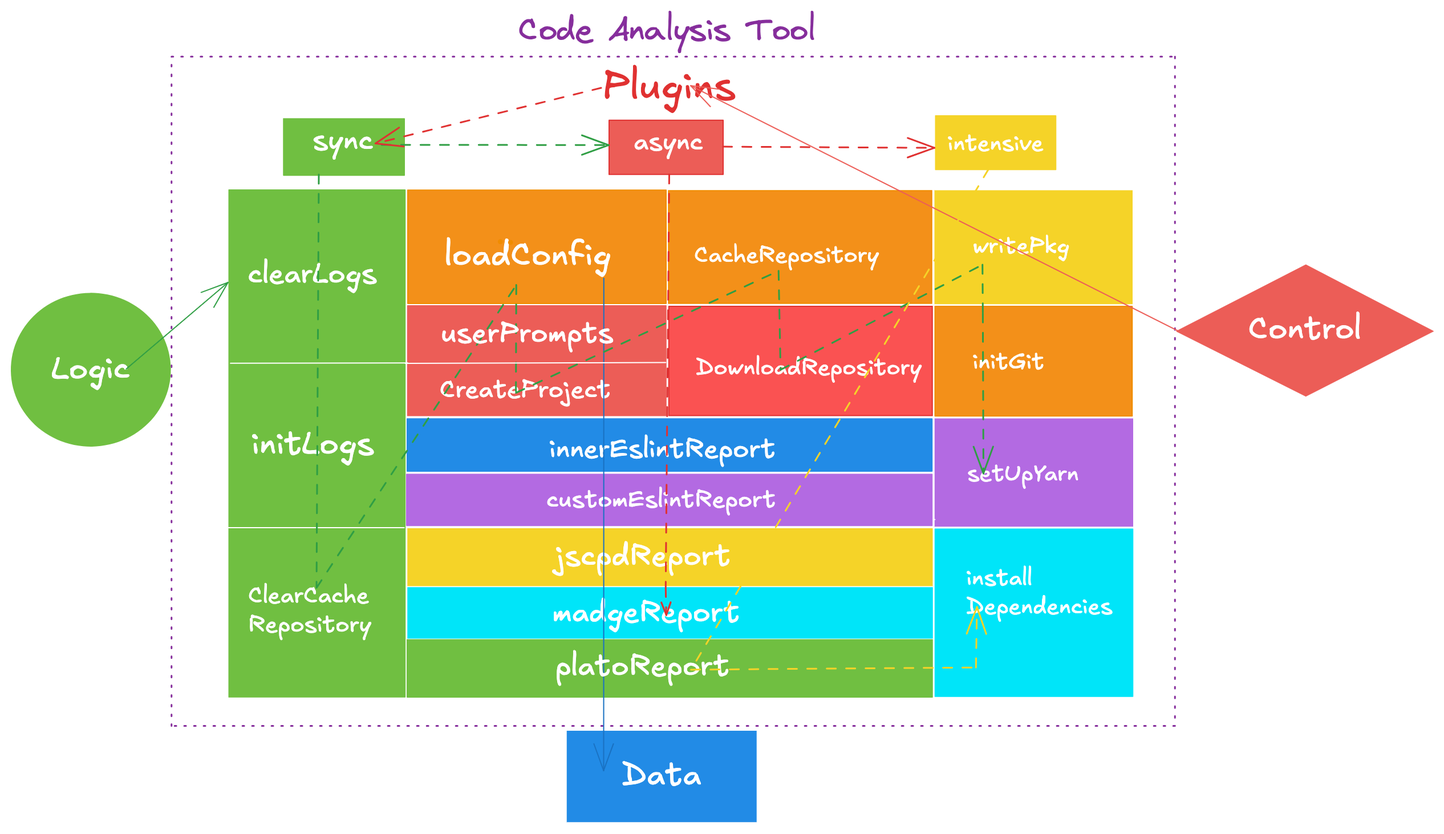
Earlier version of the Excalidraw export src/assets/images/code-ana.png (yanyunchangfeng/yycf-cli). Source tidied: one line per element, renumbered; positions are measured from the earlier drawing's top-left corner, leaving out a move shared by most shapes.
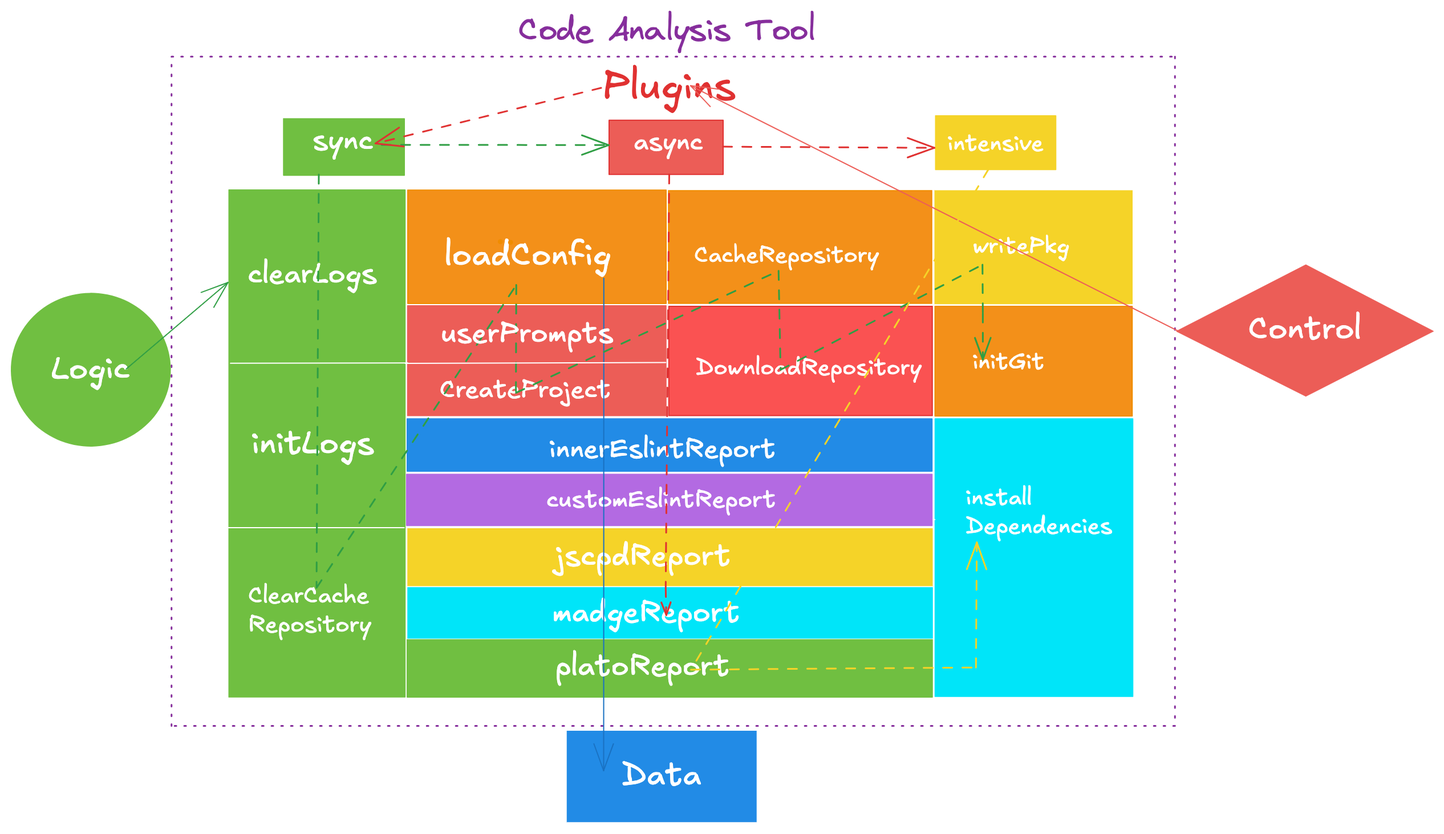
The same diagram one commit later.

Commit message:
feat: add detectPackageManager for install & remove setUpYarn & update pluginConfig

Diff of the diagram source:
```diff
@@ -16,13 +16,11 @@
 {"id": 15, "type": "freedraw", "strokeColor": "#f08c00", "backgroundColor": "#fd7e14", "fillStyle": "solid", "strokeWidth": 1, "strokeStyle": "dotted", "roughness": 0, "x": 429, "y": 202, "width": 0, "height": 0, "points": [[0, 0], [0, 0]]}
 {"id": 16, "type": "text", "text": "ClearCache\nRepository", "strokeColor": "#ffffff", "backgroundColor": "#fd7e14", "fillStyle": "solid", "strokeWidth": 1, "strokeStyle": "dotted", "roughness": 0, "fontSize": 20.42, "fontFamily": 5, "x": 208, "y": 500, "width": 129, "height": 51}
 {"id": 17, "type": "text", "text": "CacheRepository", "strokeColor": "#ffffff", "backgroundColor": "#fd7e14", "fillStyle": "solid", "strokeWidth": 1, "strokeStyle": "dotted", "roughness": 0, "fontSize": 20, "fontFamily": 5, "x": 599, "y": 202, "width": 163, "height": 25}
-{"id": 18, "type": "rectangle", "strokeColor": "#00e5f9", "backgroundColor": "#00e5f9", "fillStyle": "solid", "strokeWidth": 1, "roughness": 0, "x": 810, "y": 454, "width": 173, "height": 147}
+{"id": 18, "type": "rectangle", "strokeColor": "#00e5f9", "backgroundColor": "#00e5f9", "fillStyle": "solid", "strokeWidth": 1, "roughness": 0, "x": 810, "y": 357, "width": 173, "height": 243}
 {"id": 19, "type": "text", "text": "writePkg", "strokeColor": "#ffffff", "backgroundColor": "#fd7e14", "fillStyle": "solid", "strokeWidth": 1, "strokeStyle": "dotted", "roughness": 0, "fontSize": 20, "fontFamily": 5, "x": 832, "y": 205, "width": 85, "height": 25}
-{"id": 20, "type": "rectangle", "strokeColor": "#ffffff", "backgroundColor": "#b36ae2", "fillStyle": "solid", "strokeWidth": 1, "roughness": 0, "x": 809, "y": 356, "width": 175, "height": 96}
-{"id": 21, "type": "text", "text": "setUpYarn", "strokeColor": "#ffffff", "backgroundColor": "#be4bdb", "fillStyle": "solid", "strokeWidth": 1, "strokeStyle": "dotted", "roughness": 0, "fontSize": 20, "fontFamily": 5, "x": 838, "y": 393, "width": 97, "height": 25}
 {"id": 22, "type": "rectangle", "strokeColor": "#ffffff", "backgroundColor": "#f5d328", "fillStyle": "solid", "strokeWidth": 1, "roughness": 0, "x": 809, "y": 156, "width": 175, "height": 101}
 {"id": 23, "type": "text", "text": "writePkg", "strokeColor": "#ffffff", "backgroundColor": "#f5d328", "fillStyle": "solid", "strokeWidth": 1, "strokeStyle": "dotted", "roughness": 0, "fontSize": 20, "fontFamily": 5, "x": 843, "y": 194, "width": 81, "height": 25}
-{"id": 24, "type": "text", "text": "install \nDependencies", "strokeColor": "#ffffff", "backgroundColor": "#00e5f9", "fillStyle": "solid", "strokeWidth": 1, "roughness": 0, "fontSize": 20, "fontFamily": 5, "x": 837, "y": 485, "width": 136, "height": 50}
+{"id": 24, "type": "text", "text": "install \nDependencies", "strokeColor": "#ffffff", "backgroundColor": "#00e5f9", "fillStyle": "solid", "strokeWidth": 1, "roughness": 0, "fontSize": 20, "fontFamily": 5, "x": 837, "y": 414, "width": 136, "height": 50}
 {"id": 25, "type": "text", "text": "Plugins", "strokeColor": "#e03131", "backgroundColor": "#00e5f9", "fillStyle": "solid", "strokeWidth": 1, "roughness": 0, "fontSize": 35.04, "fontFamily": 5, "x": 518, "y": 45, "width": 148, "height": 44}
 {"id": 26, "type": "line", "strokeColor": "#ffffff", "backgroundColor": "#ffffff", "fillStyle": "solid", "strokeWidth": 1, "roughness": 0, "x": 347, "y": 447, "width": 462, "height": 1, "points": [[0, 0], [462, -1]]}
 {"id": 27, "type": "text", "text": "clearLogs", "strokeColor": "#ffffff", "angle": 0.0, "backgroundColor": "#ffffff", "fillStyle": "solid", "strokeWidth": 1, "roughness": 0, "fontSize": 25.16, "fontFamily": 5, "x": 207, "y": 216, "width": 125, "height": 31}
@@ -42,7 +40,7 @@
 {"id": 41, "type": "arrow", "strokeColor": "#1971c2", "strokeWidth": 1, "roughness": 0, "endArrowhead": "arrow", "from": 12, "x": 519, "y": 234, "width": 0, "height": 432, "points": [[0, 0], [0, 432]]}
 {"id": 42, "type": "arrow", "strokeColor": "#2f9e44", "strokeWidth": 1, "roughness": 0, "endArrowhead": "arrow", "to": 11, "x": 101, "y": 313, "width": 89, "height": 76, "points": [[0, 0], [89, -76]]}
 {"id": 43, "type": "line", "strokeColor": "#ffffff", "strokeWidth": 1, "roughness": 0, "x": 188, "y": 452, "width": 156, "height": 0, "points": [[0, 0], [156, 0]]}
-{"id": 44, "type": "text", "text": "initLogs", "strokeColor": "#ffffff", "strokeWidth": 1, "roughness": 0, "fontSize": 28.22, "fontFamily": 5, "x": 211, "y": 363, "width": 108, "height": 35}
+{"id": 44, "type": "text", "text": "initLogs", "strokeColor": "#ffffff", "strokeWidth": 1, "roughness": 0, "fontSize": 28.22, "fontFamily": 5, "x": 211, "y": 362, "width": 108, "height": 35}
 {"id": 45, "type": "line", "strokeColor": "#ffffff", "strokeWidth": 1, "roughness": 0, "x": 347, "y": 308, "width": 155, "height": 0, "points": [[0, 0], [-155, 0]]}
 {"id": 46, "type": "text", "text": "platoReport", "strokeColor": "#ffffff", "angle": 0.0, "backgroundColor": "#f5d328", "fillStyle": "solid", "strokeWidth": 1, "roughness": 0, "fontSize": 25.96, "fontFamily": 5, "x": 477, "y": 559, "width": 142, "height": 32}
 {"id": 47, "type": "arrow", "strokeColor": "#2f9e44", "strokeWidth": 1, "roughness": 0, "endArrowhead": "arrow", "round": true, "to": 51, "x": 620, "y": 115, "width": 11, "height": 1, "points": [[0, 0], [-11, 1]]}
@@ -50,7 +48,7 @@
 {"id": 49, "type": "rectangle", "strokeColor": "#70bf41", "backgroundColor": "#70bf41", "fillStyle": "solid", "strokeWidth": 1, "roughness": 0, "x": 239, "y": 94, "width": 106, "height": 50}
 {"id": 50, "type": "text", "text": "sync", "strokeColor": "#ffffff", "angle": 0.0, "backgroundColor": "#ffffff", "fillStyle": "solid", "strokeWidth": 1, "roughness": 0, "fontSize": 25.25, "fontFamily": 5, "x": 264, "y": 98, "width": 58, "height": 32}
 {"id": 51, "type": "text", "text": "async", "strokeColor": "#ffffff", "angle": 0.0, "backgroundColor": "#ffffff", "fillStyle": "solid", "strokeWidth": 1, "roughness": 0, "fontSize": 22.65, "fontFamily": 5, "x": 546, "y": 101, "width": 62, "height": 28}
-{"id": 52, "type": "arrow", "strokeColor": "#2f9e44", "strokeWidth": 1, "strokeStyle": "dashed", "roughness": 0, "endArrowhead": "arrow", "from": 50, "to": 21, "x": 270, "y": 143, "width": 585, "height": 362, "points": [[0, 0], [-2, 362], [173, 97], [173, 191], [403, 84], [405, 171], [582, 79], [582, 122], [583, 262]]}
+{"id": 52, "type": "arrow", "strokeColor": "#2f9e44", "strokeWidth": 1, "strokeStyle": "dashed", "roughness": 0, "endArrowhead": "arrow", "from": 50, "to": 60, "x": 270, "y": 143, "width": 584, "height": 362, "points": [[0, 0], [-2, 362], [173, 97], [173, 191], [403, 84], [405, 171], [582, 79], [582, 122], [582, 162]]}
 {"id": 53, "type": "line", "strokeColor": "#ffffff", "strokeWidth": 1, "roughness": 0, "x": 345, "y": 309, "width": 228, "height": 1, "points": [[0, 0], [228, -1]]}
 {"id": 54, "type": "text", "text": "userPrompts", "strokeColor": "#ffffff", "backgroundColor": "#fa5252", "fillStyle": "solid", "strokeWidth": 1, "strokeStyle": "dotted", "roughness": 0, "fontSize": 25.01, "fontFamily": 5, "x": 377, "y": 268, "width": 170, "height": 31}
 {"id": 55, "type": "rectangle", "strokeColor": "#f5d328", "backgroundColor": "#f5d328", "fillStyle": "solid", "strokeWidth": 1, "roughness": 0, "x": 810, "y": 92, "width": 105, "height": 47}
@@ -59,5 +57,5 @@
 {"id": 58, "type": "arrow", "strokeColor": "#e03131", "backgroundColor": "#ec5d57", "fillStyle": "solid", "strokeWidth": 1, "strokeStyle": "dashed", "roughness": 0, "endArrowhead": "arrow", "from": 48, "to": 55, "x": 624, "y": 119, "width": 185, "height": 1, "points": [[0, 0], [185, 1]]}
 {"id": 59, "type": "arrow", "strokeColor": "#e03131", "backgroundColor": "#ec5d57", "fillStyle": "solid", "strokeWidth": 1, "strokeStyle": "dashed", "roughness": 0, "endArrowhead": "arrow", "from": 25, "to": 50, "x": 517, "y": 67, "width": 198, "height": 49, "points": [[0, 0], [-198, 49]]}
 {"id": 60, "type": "text", "text": "initGit", "strokeColor": "#ffffff", "backgroundColor": "#f5d328", "fillStyle": "solid", "strokeWidth": 1, "strokeStyle": "dotted", "roughness": 0, "fontSize": 20, "fontFamily": 5, "x": 843, "y": 295, "width": 63, "height": 25}
-{"id": 61, "type": "arrow", "strokeColor": "#e03131", "backgroundColor": "#f39019", "fillStyle": "solid", "strokeWidth": 1, "strokeStyle": "dashed", "roughness": 0, "endArrowhead": "arrow", "from": 51, "to": 33, "x": 578, "y": 143, "width": 3, "height": 386, "points": [[-1, 0], [-4, 362], [-4, 386]]}
+{"id": 61, "type": "arrow", "strokeColor": "#e03131", "backgroundColor": "#f39019", "fillStyle": "solid", "strokeWidth": 1, "strokeStyle": "dashed", "roughness": 0, "endArrowhead": "arrow", "from": 51, "to": 33, "x": 577, "y": 143, "width": 3, "height": 386, "points": [[0, 0], [-3, 362], [-3, 386]]}
-{"id": 62, "type": "arrow", "strokeColor": "#f5d328", "backgroundColor": "#f39019", "fillStyle": "solid", "strokeWidth": 1, "strokeStyle": "dashed", "roughness": 0, "endArrowhead": "arrow", "from": 56, "to": 24, "x": 878, "y": 139, "width": 261, "height": 438, "points": [[-22, 0], [-282, 438], [-33, 437], [-32, 384]]}
+{"id": 62, "type": "arrow", "strokeColor": "#f5d328", "backgroundColor": "#f39019", "fillStyle": "solid", "strokeWidth": 1, "strokeStyle": "dashed", "roughness": 0, "endArrowhead": "arrow", "from": 56, "to": 24, "x": 857, "y": 139, "width": 261, "height": 438, "points": [[0, 0], [-261, 438], [-11, 437], [-10, 327]]}
```
